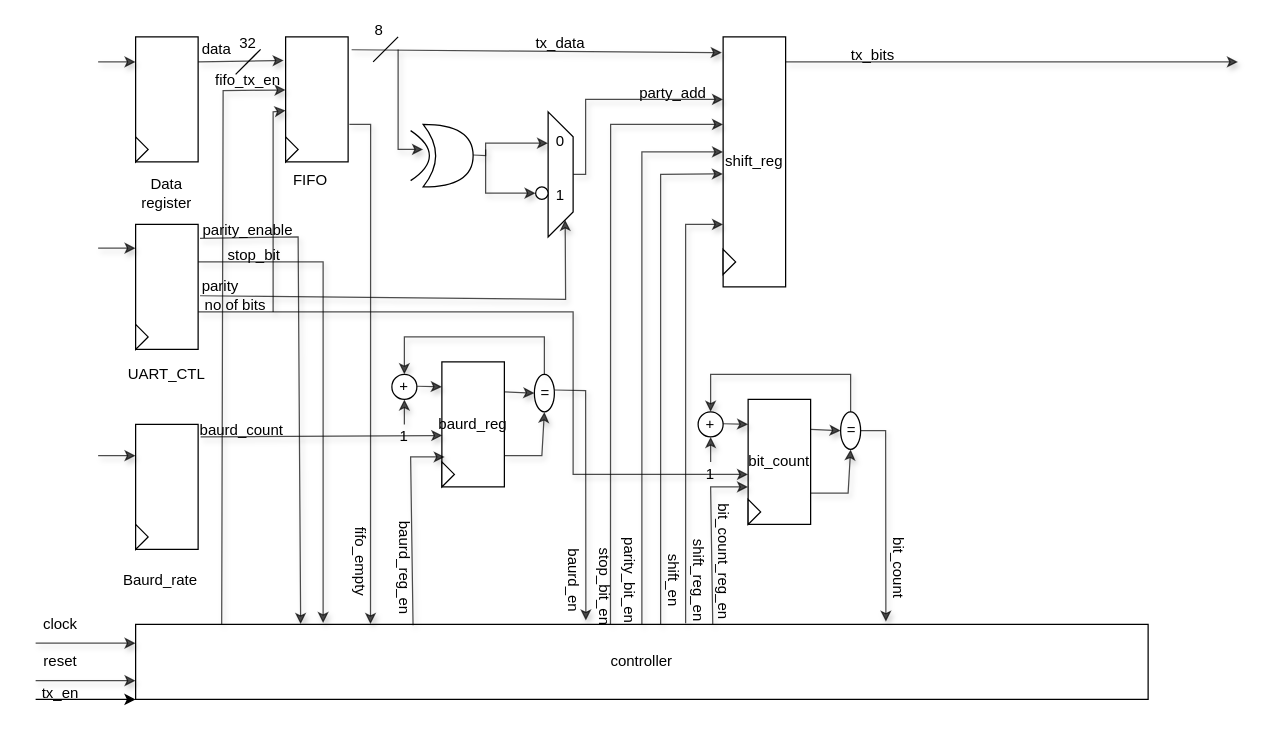
Above: page "Page-1" (1 of 2) of uart/docs/UART_Tx.drawio in MuhammadBoota09299/Computer_Architecture_Lab (draw.io), before the change. Source tidied: cells renumbered, new cells numbered last; positions are measured from the earlier drawing's top-left corner, leaving out a move shared by most shapes. Both pictures are drawn from the tidied source at 125%, with x=0, y=0 at pixel (22, 24).
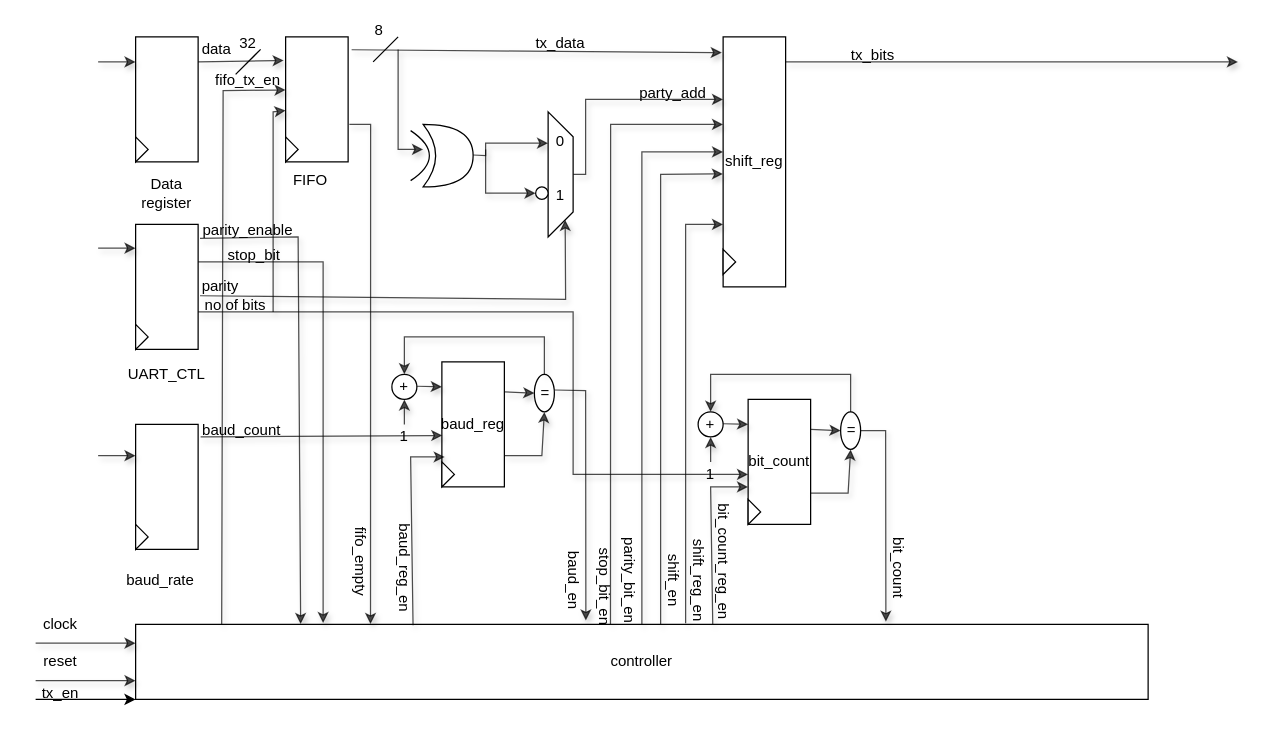
Above is the later version.

Unchanged cells that the change refers to:
```xml
<mxCell id="22" style="group;" parent="1" vertex="1">
  <mxGeometry x="295" y="250" width="130" height="120" as="geometry" />
</mxCell>
```

Change to the diagram source:
```diff
@@
-    <mxCell id="15" value="Baurd_rate" style="text;html=1;align=center;verticalAlign=middle;whiteSpace=wrap;rounded=0;" parent="1" vertex="1">
+    <mxCell id="15" value="baud_rate" style="text;html=1;align=center;verticalAlign=middle;whiteSpace=wrap;rounded=0;" parent="1" vertex="1">
       <mxGeometry x="80" y="430" width="60" height="30" as="geometry" />
     </mxCell>
@@
-    <mxCell id="23" value="baurd_reg" style="rounded=0;whiteSpace=wrap;html=1;direction=south;" parent="22" vertex="1">
+    <mxCell id="23" value="baud_reg" style="rounded=0;whiteSpace=wrap;html=1;direction=south;" parent="22" vertex="1">
       <mxGeometry x="40" y="20" width="50" height="100" as="geometry" />
     </mxCell>
@@
-    <mxCell id="64" value="baurd_reg_en" style="text;html=1;align=center;verticalAlign=middle;whiteSpace=wrap;rounded=0;rotation=90;" parent="1" vertex="1">
+    <mxCell id="64" value="baud_reg_en" style="text;html=1;align=center;verticalAlign=middle;whiteSpace=wrap;rounded=0;rotation=90;" parent="1" vertex="1">
       <mxGeometry x="260" y="420" width="90" height="30" as="geometry" />
     </mxCell>
-    <mxCell id="65" value="baurd_count" style="text;html=1;align=center;verticalAlign=middle;whiteSpace=wrap;rounded=0;" parent="1" vertex="1">
+    <mxCell id="65" value="baud_count" style="text;html=1;align=center;verticalAlign=middle;whiteSpace=wrap;rounded=0;" parent="1" vertex="1">
       <mxGeometry x="150" y="320" width="50" height="10" as="geometry" />
     </mxCell>
-    <mxCell id="66" value="baurd_en" style="text;html=1;align=center;verticalAlign=middle;whiteSpace=wrap;rounded=0;rotation=90;" parent="1" vertex="1">
+    <mxCell id="66" value="baud_en" style="text;html=1;align=center;verticalAlign=middle;whiteSpace=wrap;rounded=0;rotation=90;" parent="1" vertex="1">
       <mxGeometry x="400" y="430" width="80" height="30" as="geometry" />
     </mxCell>
```
